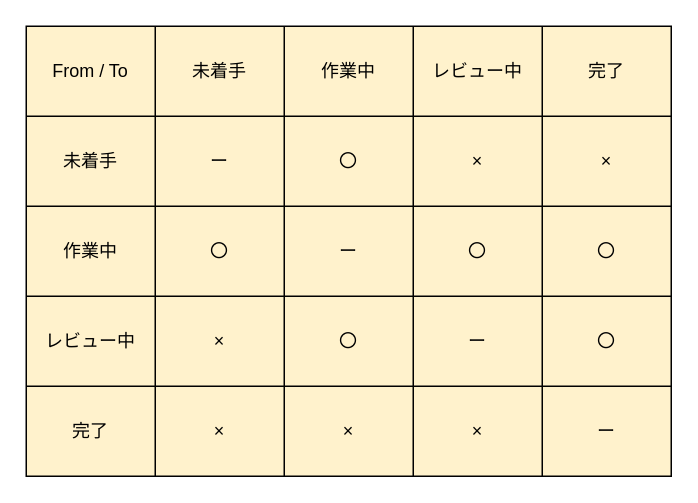
dqi4/git_practice keeps this draw.io diagram as page "状態遷移図" (3 of 4) of 名称未設定ファイル.drawio. Above is the earlier version. Source tidied: cells renumbered, new cells numbered last; positions are measured from the earlier drawing's top-left corner, leaving out a move shared by most shapes. Both pictures are drawn from the tidied source at 150%, with x=0, y=0 at pixel (26, 26).
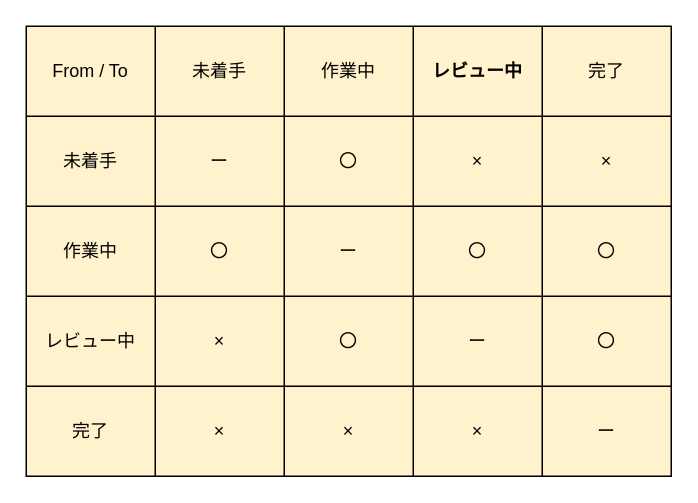
The same page after the edit.

The change refers to these unchanged cells:
```xml
<mxCell id="3" style="shape=tableRow;horizontal=0;startSize=0;swimlaneHead=0;swimlaneBody=0;strokeColor=inherit;top=0;left=0;bottom=0;right=0;fillColor=none;" parent="2" vertex="1">
  <mxGeometry width="430" height="60" as="geometry" />
</mxCell>
```

Change to the diagram source:
```diff
@@
-    <mxCell id="2" style="shape=table;startSize=0;childLayout=tableLayout;fillColor=#fff2cc;strokeColor=#000000;" parent="1" vertex="1">
+    <mxCell id="2" style="shape=table;startSize=0;childLayout=tableLayout;fillColor=#fff2cc;strokeColor=#000000;fontStyle=1;" parent="1" vertex="1">
       <mxGeometry width="430" height="300" as="geometry" />
     </mxCell>
@@
-    <mxCell id="7" value="レビュー中" style="shape=partialRectangle;html=1;whiteSpace=wrap;strokeColor=inherit;overflow=hidden;fillColor=none;top=0;left=0;bottom=0;right=0;" parent="3" vertex="1">
+    <mxCell id="7" value="レビュー中" style="shape=partialRectangle;html=1;whiteSpace=wrap;strokeColor=inherit;overflow=hidden;fillColor=none;top=0;left=0;bottom=0;right=0;fontStyle=1;" parent="3" vertex="1">
       <mxGeometry x="258" width="86" height="60" as="geometry" />
     </mxCell>
```
